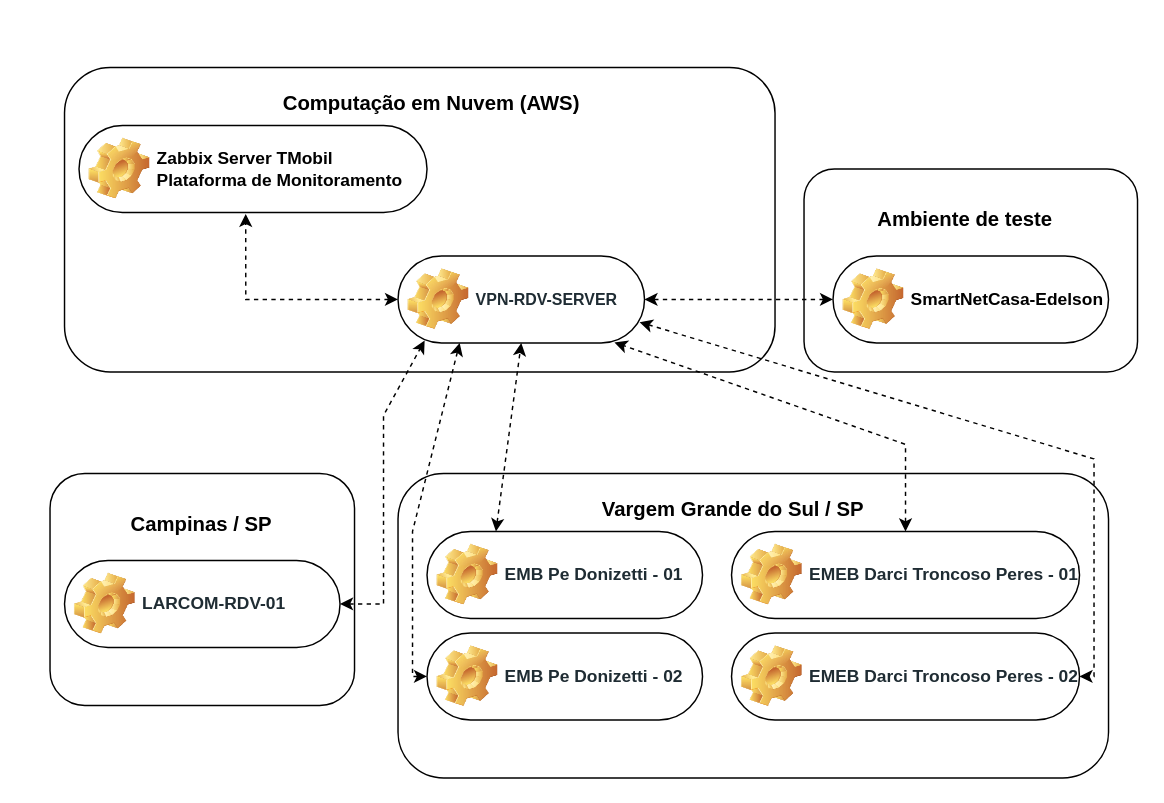
carlosruisu/SmartNet keeps this draw.io diagram as Diagram01.drawio. Above is the earlier version. Source tidied: cells renumbered, new cells numbered last; positions are measured from the earlier drawing's top-left corner, leaving out a move shared by most shapes. Both pictures are drawn from the tidied source at 145%, with x=0, y=0 at pixel (49, 67).
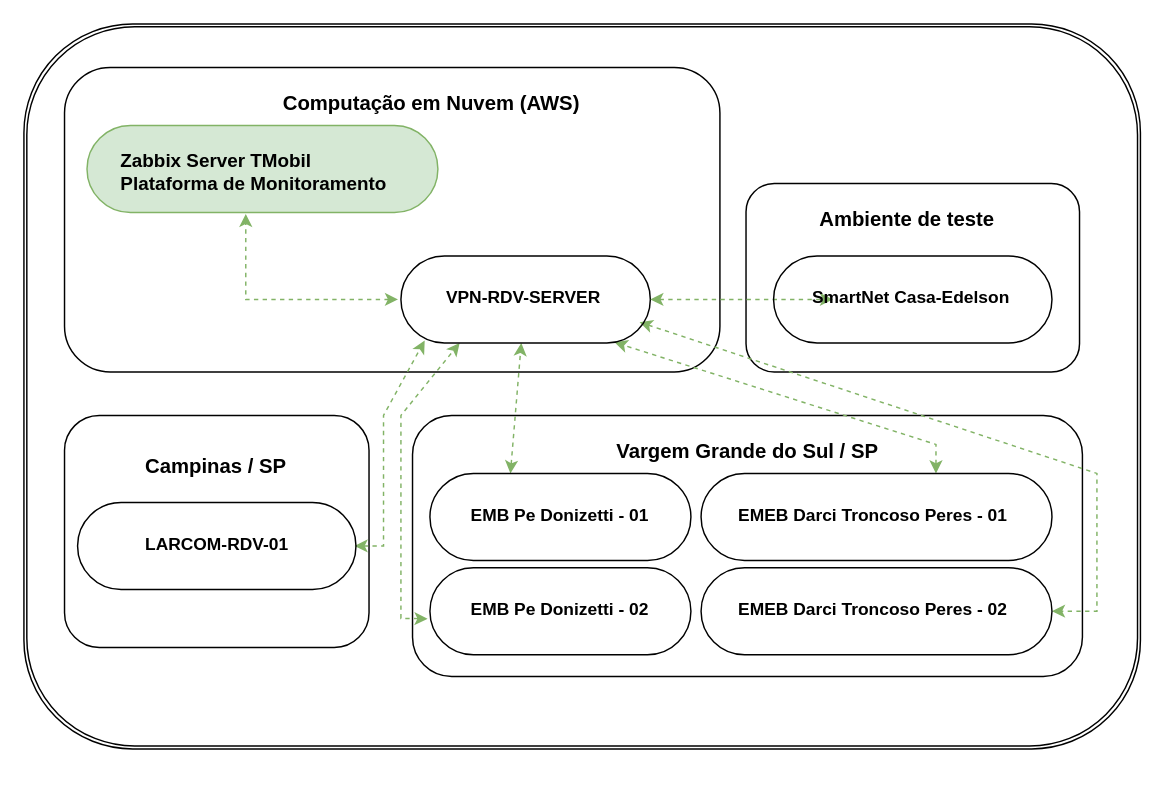
The same diagram, later.

The edit, as a diff of the source:
```diff
@@
+    <mxCell id="25" style="shape=ext;double=1;rounded=1;whiteSpace=wrap;html=1;fontFamily=Helvetica;fontSize=14;" parent="1" vertex="1">
+      <mxGeometry x="-18" y="-30" width="770" height="500" as="geometry" />
+    </mxCell>
     <mxCell id="2" style="rounded=1;whiteSpace=wrap;html=1;" parent="1" vertex="1">
-      <mxGeometry y="280" width="210" height="160" as="geometry" />
+      <mxGeometry x="10" y="240" width="210" height="160" as="geometry" />
     </mxCell>
     <mxCell id="3" style="rounded=1;whiteSpace=wrap;html=1;" parent="1" vertex="1">
-      <mxGeometry x="240" y="280" width="490" height="210" as="geometry" />
+      <mxGeometry x="250" y="240" width="462" height="180" as="geometry" />
     </mxCell>
-    <mxCell id="4" value="&lt;span style=&quot;color: rgb(31 , 44 , 51) ; background-color: rgb(255 , 255 , 255)&quot;&gt;&lt;font style=&quot;font-size: 12px&quot;&gt;EMEB Darci Troncoso Peres - 01&lt;/font&gt;&lt;/span&gt;" style="label;whiteSpace=wrap;html=1;image=img/clipart/Gear_128x128.png;arcSize=50;" parent="1" vertex="1">
-      <mxGeometry x="470" y="320" width="240" height="60" as="geometry" />
-    </mxCell>
-    <mxCell id="5" value="&lt;span style=&quot;color: rgb(31 , 44 , 51) ; background-color: rgb(255 , 255 , 255)&quot;&gt;&lt;font style=&quot;font-size: 12px&quot;&gt;EMB Pe Donizetti - 01&lt;/font&gt;&lt;/span&gt;" style="label;whiteSpace=wrap;html=1;image=img/clipart/Gear_128x128.png;arcSize=50;" parent="1" vertex="1">
-      <mxGeometry x="260" y="320" width="190" height="60" as="geometry" />
-    </mxCell>
     <mxCell id="6" value="Vargem Grande do Sul / SP&#10;&#10;" style="text;strokeColor=none;fillColor=none;spacingLeft=4;spacingRight=4;overflow=hidden;fontSize=14;fontStyle=1;" parent="1" vertex="1">
-      <mxGeometry x="375" y="290" width="207" height="30" as="geometry" />
+      <mxGeometry x="385" y="250" width="207" height="30" as="geometry" />
     </mxCell>
-    <mxCell id="7" value="&lt;span style=&quot;color: rgb(31 , 44 , 51) ; background-color: rgb(255 , 255 , 255)&quot;&gt;&lt;font style=&quot;font-size: 12px&quot;&gt;EMB Pe Donizetti - 02&lt;/font&gt;&lt;/span&gt;" style="label;whiteSpace=wrap;html=1;image=img/clipart/Gear_128x128.png;arcSize=50;" parent="1" vertex="1">
-      <mxGeometry x="260" y="390" width="190" height="60" as="geometry" />
-    </mxCell>
-    <mxCell id="8" value="&lt;span style=&quot;color: rgb(31 , 44 , 51) ; background-color: rgb(255 , 255 , 255)&quot;&gt;&lt;font style=&quot;font-size: 12px&quot;&gt;EMEB Darci Troncoso Peres - 02&lt;/font&gt;&lt;/span&gt;" style="label;whiteSpace=wrap;html=1;image=img/clipart/Gear_128x128.png;arcSize=50;" parent="1" vertex="1">
-      <mxGeometry x="470" y="390" width="240" height="60" as="geometry" />
-    </mxCell>
-    <mxCell id="9" value="&lt;span style=&quot;background-color: rgb(255 , 255 , 255)&quot;&gt;&lt;font&gt;&lt;font color=&quot;#1f2c33&quot;&gt;LARCOM-RDV-01&lt;/font&gt;&lt;/font&gt;&lt;/span&gt;" style="label;whiteSpace=wrap;html=1;image=img/clipart/Gear_128x128.png;arcSize=50;" parent="1" vertex="1">
-      <mxGeometry x="10" y="340" width="190" height="60" as="geometry" />
-    </mxCell>
     <mxCell id="10" value="Campinas / SP&#10;&#10;" style="text;strokeColor=none;fillColor=none;spacingLeft=4;spacingRight=4;overflow=hidden;fontSize=14;fontStyle=1;" parent="1" vertex="1">
-      <mxGeometry x="50" y="300" width="122" height="30" as="geometry" />
+      <mxGeometry x="60" y="260" width="122" height="30" as="geometry" />
     </mxCell>
     <mxCell id="11" style="rounded=1;whiteSpace=wrap;html=1;" parent="1" vertex="1">
-      <mxGeometry x="10" width="490" height="210" as="geometry" />
+      <mxGeometry x="10" width="452" height="210" as="geometry" />
     </mxCell>
-    <mxCell id="12" value="&lt;span style=&quot;color: rgb(31 , 44 , 51) ; background-color: rgb(255 , 255 , 255)&quot;&gt;&lt;font style=&quot;font-size: 11px&quot;&gt;VPN-RDV-SERVER&lt;/font&gt;&lt;/span&gt;" style="label;whiteSpace=wrap;html=1;image=img/clipart/Gear_128x128.png;arcSize=50;" parent="1" vertex="1">
-      <mxGeometry x="240" y="130" width="170" height="60" as="geometry" />
-    </mxCell>
-    <mxCell id="13" value="Zabbix Server TMobil&lt;br&gt;Plataforma de Monitoramento" style="label;whiteSpace=wrap;html=1;image=img/clipart/Gear_128x128.png;arcSize=50;" parent="1" vertex="1">
-      <mxGeometry x="20" y="40" width="240" height="60" as="geometry" />
-    </mxCell>
@@
     <mxCell id="15" style="rounded=1;whiteSpace=wrap;html=1;" parent="1" vertex="1">
-      <mxGeometry x="520" y="70" width="230" height="140" as="geometry" />
+      <mxGeometry x="480" y="80" width="230" height="130" as="geometry" />
     </mxCell>
-    <mxCell id="16" value="SmartNetCasa-Edelson" style="label;whiteSpace=wrap;html=1;image=img/clipart/Gear_128x128.png;arcSize=50;" parent="1" vertex="1">
-      <mxGeometry x="540" y="130" width="190" height="60" as="geometry" />
-    </mxCell>
     <mxCell id="17" value="Ambiente de teste" style="text;strokeColor=none;fillColor=none;spacingLeft=4;spacingRight=4;overflow=hidden;fontSize=14;fontStyle=1;" parent="1" vertex="1">
-      <mxGeometry x="565" y="90" width="157" height="30" as="geometry" />
+      <mxGeometry x="525" y="90" width="157" height="30" as="geometry" />
     </mxCell>
-    <mxCell id="18" style="endArrow=classic;startArrow=classic;html=1;rounded=0;fontFamily=Helvetica;fontSize=11;exitX=0;exitY=0.5;exitDx=0;exitDy=0;entryX=0.479;entryY=1.017;entryDx=0;entryDy=0;entryPerimeter=0;dashed=1;" parent="1" edge="1" source="12" target="13">
+    <mxCell id="18" style="endArrow=classic;startArrow=classic;html=1;rounded=0;fontFamily=Helvetica;fontSize=11;exitX=0;exitY=0.5;exitDx=0;exitDy=0;entryX=0.479;entryY=1.017;entryDx=0;entryDy=0;entryPerimeter=0;dashed=1;fillColor=#d5e8d4;strokeColor=#82b366;" parent="1" edge="1">
       <mxGeometry relative="1" as="geometry">
+        <mxPoint x="240" y="160" as="sourcePoint" />
+        <mxPoint x="135" y="101" as="targetPoint" />
         <Array as="points">
           <mxPoint x="135" y="160" />
         </Array>
       </mxGeometry>
     </mxCell>
-    <mxCell id="19" style="endArrow=classic;startArrow=classic;html=1;rounded=0;fontFamily=Helvetica;fontSize=11;entryX=1;entryY=0.5;entryDx=0;entryDy=0;exitX=0;exitY=0.5;exitDx=0;exitDy=0;dashed=1;" parent="1" edge="1" source="16" target="12">
-      <mxGeometry relative="1" as="geometry" />
-    </mxCell>
-    <mxCell id="20" style="endArrow=classic;startArrow=classic;html=1;rounded=0;fontFamily=Helvetica;fontSize=11;exitX=1;exitY=0.5;exitDx=0;exitDy=0;entryX=0.108;entryY=0.972;entryDx=0;entryDy=0;entryPerimeter=0;dashed=1;" parent="1" edge="1" source="9" target="12">
+    <mxCell id="20" style="endArrow=classic;startArrow=classic;html=1;rounded=0;fontFamily=Helvetica;fontSize=11;exitX=1;exitY=0.5;exitDx=0;exitDy=0;entryX=0.108;entryY=0.972;entryDx=0;entryDy=0;entryPerimeter=0;dashed=1;fillColor=#d5e8d4;strokeColor=#82b366;" parent="1" edge="1">
       <mxGeometry relative="1" as="geometry">
+        <mxPoint x="210" y="330" as="sourcePoint" />
+        <mxPoint x="258.4" y="188.3" as="targetPoint" />
         <Array as="points">
-          <mxPoint x="230" y="370" />
+          <mxPoint x="230" y="330" />
           <mxPoint x="230" y="240" />
         </Array>
       </mxGeometry>
     </mxCell>
-    <mxCell id="21" style="endArrow=classic;startArrow=classic;html=1;rounded=0;fontFamily=Helvetica;fontSize=11;exitX=0.25;exitY=0;exitDx=0;exitDy=0;dashed=1;" parent="1" edge="1" source="5">
+    <mxCell id="21" style="endArrow=classic;startArrow=classic;html=1;rounded=0;fontFamily=Helvetica;fontSize=11;exitX=0.25;exitY=0;exitDx=0;exitDy=0;dashed=1;fillColor=#d5e8d4;strokeColor=#82b366;" parent="1" edge="1">
       <mxGeometry relative="1" as="geometry">
+        <mxPoint x="317.5" y="280" as="sourcePoint" />
         <mxPoint x="325" y="190" as="targetPoint" />
       </mxGeometry>
     </mxCell>
-    <mxCell id="22" style="endArrow=classic;startArrow=classic;html=1;rounded=0;fontFamily=Helvetica;fontSize=11;entryX=0.25;entryY=1;entryDx=0;entryDy=0;exitX=0;exitY=0.5;exitDx=0;exitDy=0;dashed=1;" parent="1" edge="1" source="7" target="12">
+    <mxCell id="22" style="endArrow=classic;startArrow=classic;html=1;rounded=0;fontFamily=Helvetica;fontSize=11;entryX=0.25;entryY=1;entryDx=0;entryDy=0;exitX=-0.009;exitY=0.587;exitDx=0;exitDy=0;dashed=1;fillColor=#d5e8d4;strokeColor=#82b366;exitPerimeter=0;" parent="1" edge="1" source="34">
       <mxGeometry relative="1" as="geometry">
+        <mxPoint x="282.5" y="190" as="targetPoint" />
         <Array as="points">
-          <mxPoint x="250" y="420" />
-          <mxPoint x="250" y="320" />
+          <mxPoint x="242" y="380" />
+          <mxPoint x="242" y="240" />
         </Array>
       </mxGeometry>
     </mxCell>
-    <mxCell id="23" style="endArrow=classic;startArrow=classic;html=1;rounded=0;fontFamily=Helvetica;fontSize=11;exitX=0.5;exitY=0;exitDx=0;exitDy=0;entryX=0.878;entryY=0.994;entryDx=0;entryDy=0;entryPerimeter=0;dashed=1;" parent="1" edge="1" source="4" target="12">
+    <mxCell id="23" style="endArrow=classic;startArrow=classic;html=1;rounded=0;fontFamily=Helvetica;fontSize=11;exitX=0.5;exitY=0;exitDx=0;exitDy=0;entryX=0.878;entryY=0.994;entryDx=0;entryDy=0;entryPerimeter=0;dashed=1;fillColor=#d5e8d4;strokeColor=#82b366;" parent="1" edge="1">
       <mxGeometry relative="1" as="geometry">
+        <mxPoint x="611" y="280" as="sourcePoint" />
+        <mxPoint x="389.3" y="189.6" as="targetPoint" />
         <Array as="points">
-          <mxPoint x="590" y="260" />
+          <mxPoint x="611" y="260" />
         </Array>
       </mxGeometry>
     </mxCell>
-    <mxCell id="24" style="endArrow=classic;startArrow=classic;html=1;rounded=0;fontFamily=Helvetica;fontSize=11;entryX=1;entryY=0.5;entryDx=0;entryDy=0;exitX=0.98;exitY=0.761;exitDx=0;exitDy=0;exitPerimeter=0;dashed=1;" parent="1" edge="1" source="12" target="8">
+    <mxCell id="24" style="endArrow=classic;startArrow=classic;html=1;rounded=0;fontFamily=Helvetica;fontSize=11;exitX=0.98;exitY=0.761;exitDx=0;exitDy=0;exitPerimeter=0;dashed=1;fillColor=#d5e8d4;strokeColor=#82b366;" parent="1" edge="1" target="35">
       <mxGeometry relative="1" as="geometry">
+        <mxPoint x="406.6" y="175.7" as="sourcePoint" />
         <Array as="points">
-          <mxPoint x="720" y="270" />
-          <mxPoint x="720" y="420" />
+          <mxPoint x="722" y="280" />
+          <mxPoint x="722" y="375" />
         </Array>
       </mxGeometry>
     </mxCell>
+    <mxCell id="26" style="rounded=1;whiteSpace=wrap;html=1;fontFamily=Helvetica;fontSize=14;fillColor=#d5e8d4;arcSize=50;strokeColor=#82b366;" parent="1" vertex="1">
+      <mxGeometry x="25.5" y="40" width="242" height="60" as="geometry" />
+    </mxCell>
+    <mxCell id="13" value="Zabbix Server TMobil&#10;Plataforma de Monitoramento" style="text;strokeColor=none;fillColor=none;spacingLeft=4;spacingRight=4;overflow=hidden;points=[[0,0.5],[1,0.5]];portConstraint=eastwest;fontSize=13;fontStyle=1;" parent="1" vertex="1">
+      <mxGeometry x="43" y="50" width="207" height="40" as="geometry" />
+    </mxCell>
+    <mxCell id="27" style="rounded=1;whiteSpace=wrap;html=1;fontFamily=Helvetica;fontSize=14;arcSize=50;fillColor=none;" parent="1" vertex="1">
+      <mxGeometry x="242" y="130" width="172" height="60" as="geometry" />
+    </mxCell>
+    <mxCell id="28" style="endArrow=classic;startArrow=classic;html=1;rounded=0;dashed=1;fontFamily=Helvetica;fontSize=12;entryX=0;entryY=0.5;entryDx=0;entryDy=0;exitX=1;exitY=0.5;exitDx=0;exitDy=0;fillColor=#d5e8d4;strokeColor=#82b366;" parent="1" edge="1" source="27">
+      <mxGeometry relative="1" as="geometry">
+        <mxPoint x="540" y="160" as="targetPoint" />
+      </mxGeometry>
+    </mxCell>
+    <mxCell id="29" style="rounded=1;whiteSpace=wrap;html=1;fontFamily=Helvetica;fontSize=14;fillColor=none;arcSize=50;" parent="1" vertex="1">
+      <mxGeometry x="499" y="130" width="192" height="60" as="geometry" />
+    </mxCell>
+    <mxCell id="30" value="SmartNet Casa-Edelson" style="text;strokeColor=none;fillColor=none;spacingLeft=4;spacingRight=4;overflow=hidden;fontSize=12;fontStyle=1;" parent="1" vertex="1">
+      <mxGeometry x="520" y="145" width="150" height="30" as="geometry" />
+    </mxCell>
+    <mxCell id="31" style="rounded=1;whiteSpace=wrap;html=1;fontFamily=Helvetica;fontSize=14;fillColor=none;arcSize=50;" parent="1" vertex="1">
+      <mxGeometry x="19" y="300" width="192" height="60" as="geometry" />
+    </mxCell>
+    <mxCell id="32" style="rounded=1;whiteSpace=wrap;html=1;fontFamily=Helvetica;fontSize=14;fillColor=none;arcSize=50;" parent="1" vertex="1">
+      <mxGeometry x="449" y="280" width="242" height="60" as="geometry" />
+    </mxCell>
+    <mxCell id="33" style="rounded=1;whiteSpace=wrap;html=1;fontFamily=Helvetica;fontSize=14;fillColor=none;arcSize=50;" parent="1" vertex="1">
+      <mxGeometry x="262" y="280" width="180" height="60" as="geometry" />
+    </mxCell>
+    <mxCell id="5" value="EMB Pe Donizetti - 01" style="text;strokeColor=none;fillColor=none;spacingLeft=4;spacingRight=4;overflow=hidden;points=[[0,0.5],[1,0.5]];portConstraint=eastwest;fontSize=12;fontStyle=1;" parent="1" vertex="1">
+      <mxGeometry x="284.5" y="295" width="147" height="30" as="geometry" />
+    </mxCell>
+    <mxCell id="34" style="rounded=1;whiteSpace=wrap;html=1;fontFamily=Helvetica;fontSize=14;fillColor=none;arcSize=50;" parent="1" vertex="1">
+      <mxGeometry x="262" y="345" width="180" height="60" as="geometry" />
+    </mxCell>
+    <mxCell id="7" value="EMB Pe Donizetti - 02" style="text;strokeColor=none;fillColor=none;spacingLeft=4;spacingRight=4;overflow=hidden;points=[[0,0.5],[1,0.5]];portConstraint=eastwest;fontSize=12;fontStyle=1;" parent="1" vertex="1">
+      <mxGeometry x="284.5" y="360" width="147" height="30" as="geometry" />
+    </mxCell>
+    <mxCell id="4" value="EMEB Darci Troncoso Peres - 01" style="text;strokeColor=none;fillColor=none;spacingLeft=4;spacingRight=4;overflow=hidden;points=[[0,0.5],[1,0.5]];portConstraint=eastwest;fontSize=12;fontStyle=1;" parent="1" vertex="1">
+      <mxGeometry x="469" y="295" width="202" height="30" as="geometry" />
+    </mxCell>
+    <mxCell id="35" style="rounded=1;whiteSpace=wrap;html=1;fontFamily=Helvetica;fontSize=14;fillColor=none;arcSize=50;" parent="1" vertex="1">
+      <mxGeometry x="449" y="345" width="242" height="60" as="geometry" />
+    </mxCell>
+    <mxCell id="8" value="EMEB Darci Troncoso Peres - 02" style="text;strokeColor=none;fillColor=none;spacingLeft=4;spacingRight=4;overflow=hidden;points=[[0,0.5],[1,0.5]];portConstraint=eastwest;fontSize=12;fontStyle=1;" parent="1" vertex="1">
+      <mxGeometry x="469" y="360" width="202" height="30" as="geometry" />
+    </mxCell>
+    <mxCell id="12" value="VPN-RDV-SERVER" style="text;strokeColor=none;fillColor=none;spacingLeft=4;spacingRight=4;overflow=hidden;points=[[0,0.5],[1,0.5]];portConstraint=eastwest;fontSize=12;fontStyle=1;" parent="1" vertex="1">
+      <mxGeometry x="267.5" y="145" width="129" height="30" as="geometry" />
+    </mxCell>
+    <mxCell id="9" value="LARCOM-RDV-01" style="text;strokeColor=none;fillColor=none;spacingLeft=4;spacingRight=4;overflow=hidden;points=[[0,0.5],[1,0.5]];portConstraint=eastwest;fontSize=12;fontStyle=1;" parent="1" vertex="1">
+      <mxGeometry x="60" y="315" width="129" height="30" as="geometry" />
+    </mxCell>
```
